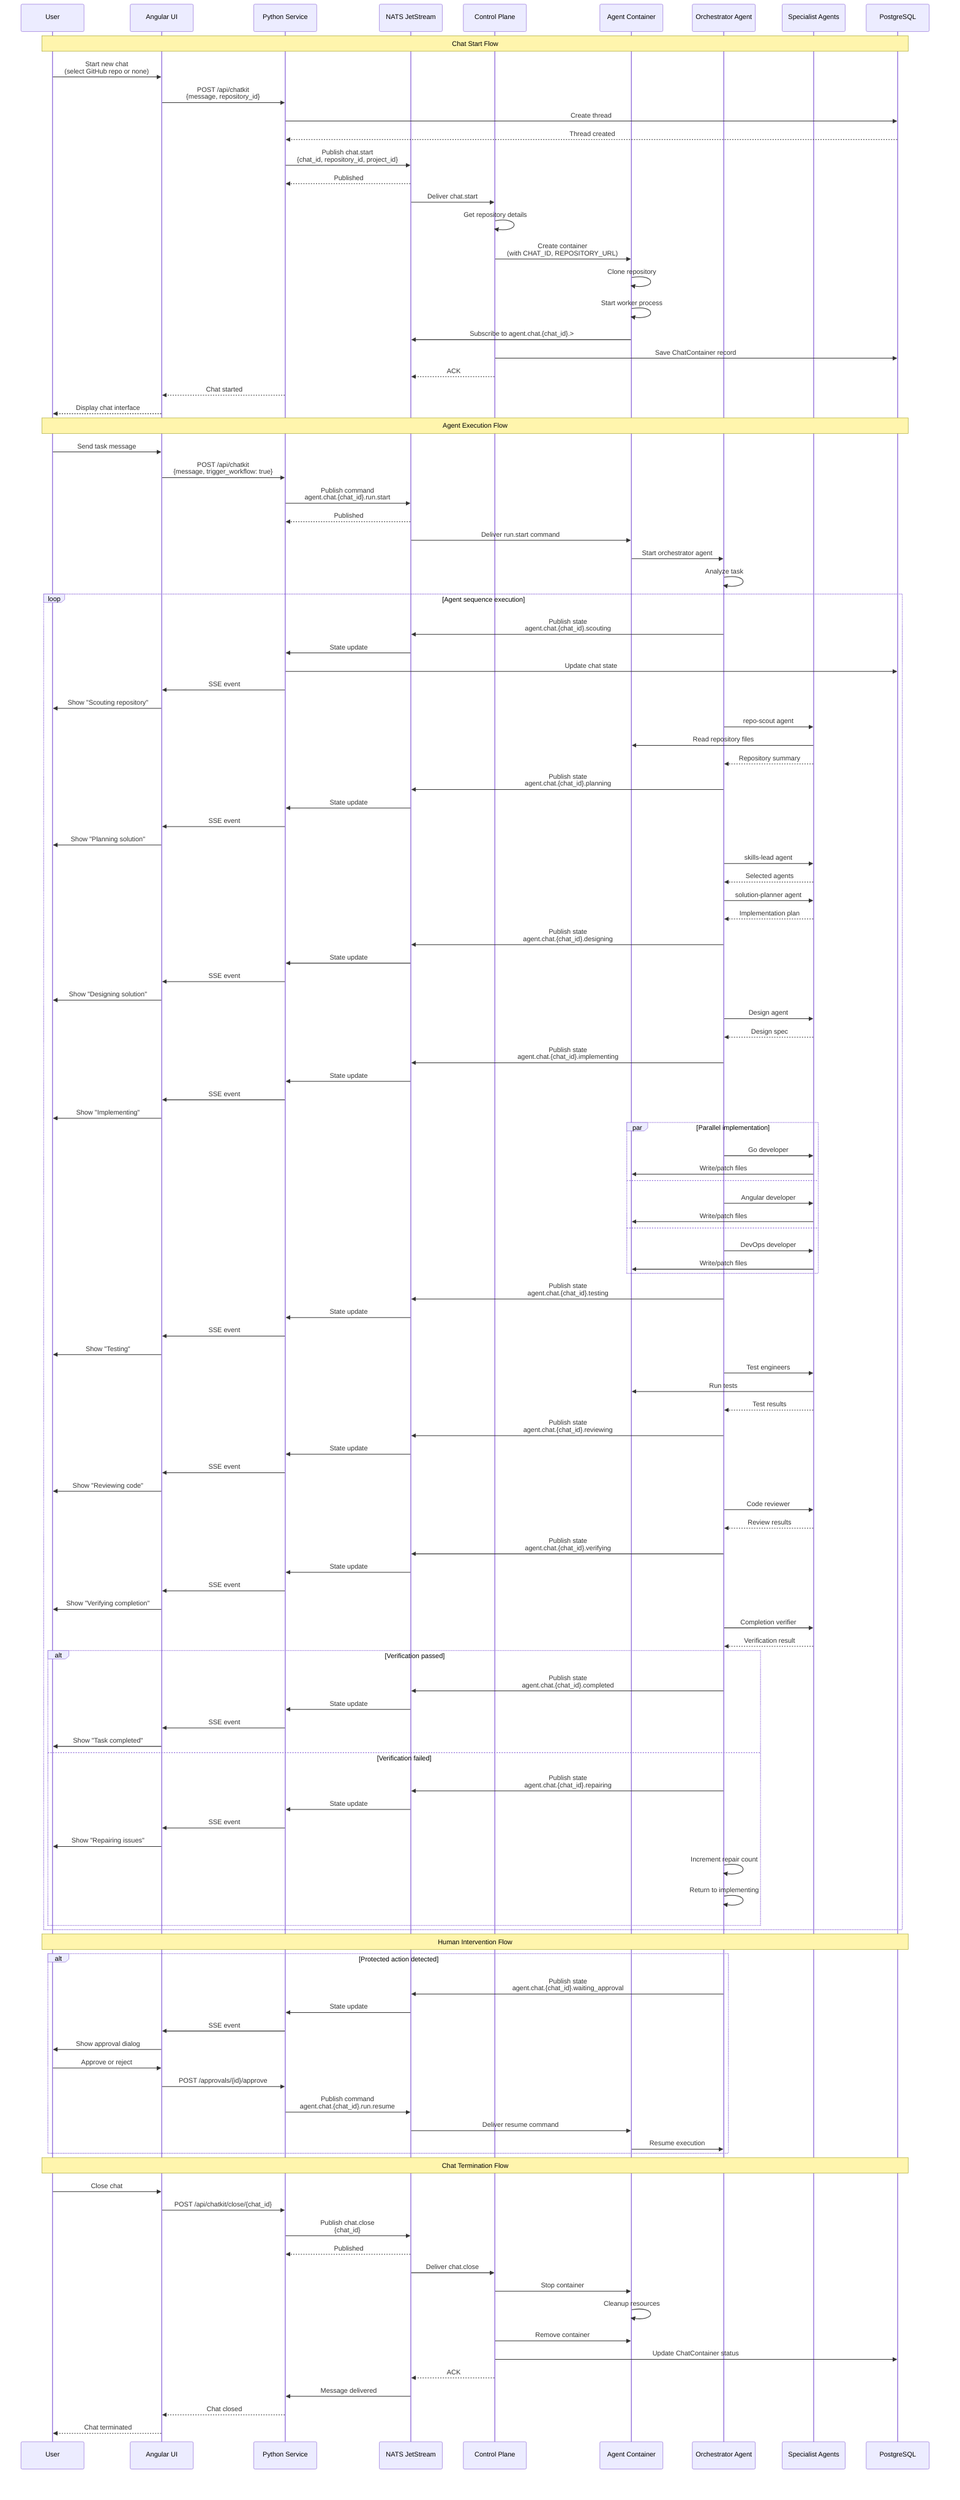
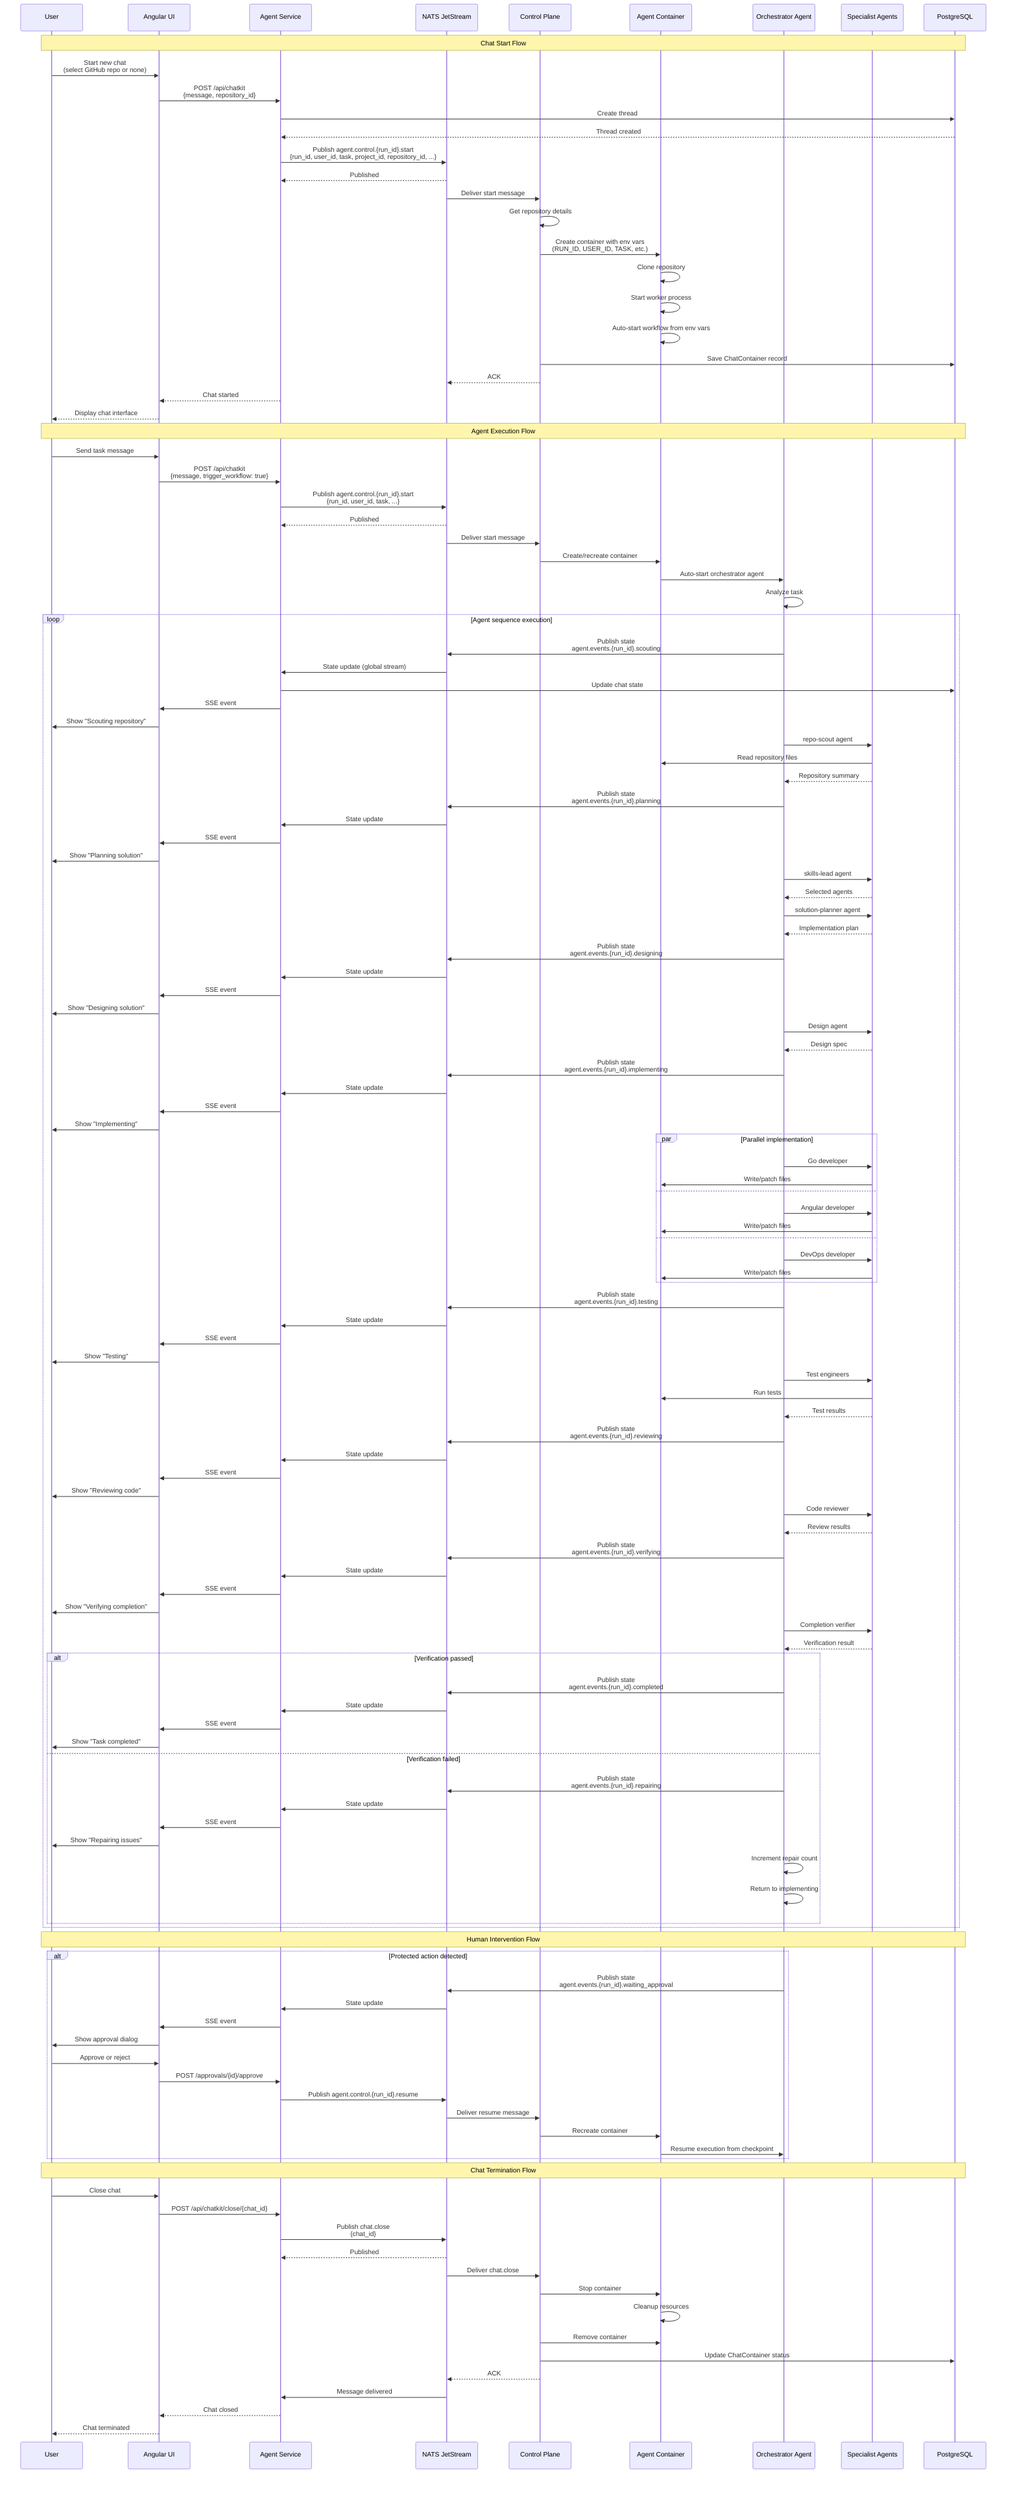
sequenceDiagram
    participant User
    participant WebUI as Angular UI
-     participant PythonService as Python Service
+     participant AgentService as Agent Service
    participant NATS as NATS JetStream
    participant ControlPlane as Control Plane
    participant Container as Agent Container
    participant Orchestrator as Orchestrator Agent
    participant Agents as Specialist Agents
    participant PostgreSQL as PostgreSQL

    Note over User,PostgreSQL: Chat Start Flow
    User->>WebUI: Start new chat<br/>(select GitHub repo or none)
-     WebUI->>PythonService: POST /api/chatkit<br/>{message, repository_id}
-     PythonService->>PostgreSQL: Create thread
-     PostgreSQL-->>PythonService: Thread created
+     WebUI->>AgentService: POST /api/chatkit<br/>{message, repository_id}
+     AgentService->>PostgreSQL: Create thread
+     PostgreSQL-->>AgentService: Thread created

-     PythonService->>NATS: Publish chat.start<br/>{chat_id, repository_id, project_id}
-     NATS-->>PythonService: Published
+     AgentService->>NATS: Publish agent.control.{run_id}.start<br/>{run_id, user_id, task, project_id, repository_id, ...}
+     NATS-->>AgentService: Published

-     NATS->>ControlPlane: Deliver chat.start
+     NATS->>ControlPlane: Deliver start message
    ControlPlane->>ControlPlane: Get repository details
-     ControlPlane->>Container: Create container<br/>(with CHAT_ID, REPOSITORY_URL)
+     ControlPlane->>Container: Create container with env vars<br/>(RUN_ID, USER_ID, TASK, etc.)
    Container->>Container: Clone repository
    Container->>Container: Start worker process
-     Container->>NATS: Subscribe to agent.chat.{chat_id}.>
+     Container->>Container: Auto-start workflow from env vars
    ControlPlane->>PostgreSQL: Save ChatContainer record
    ControlPlane-->>NATS: ACK

-     PythonService-->>WebUI: Chat started
+     AgentService-->>WebUI: Chat started
    WebUI-->>User: Display chat interface

    Note over User,PostgreSQL: Agent Execution Flow
    User->>WebUI: Send task message
-     WebUI->>PythonService: POST /api/chatkit<br/>{message, trigger_workflow: true}
-     PythonService->>NATS: Publish command<br/>agent.chat.{chat_id}.run.start
-     NATS-->>PythonService: Published
+     WebUI->>AgentService: POST /api/chatkit<br/>{message, trigger_workflow: true}
+     AgentService->>NATS: Publish agent.control.{run_id}.start<br/>{run_id, user_id, task, ...}
+     NATS-->>AgentService: Published

-     NATS->>Container: Deliver run.start command
-     Container->>Orchestrator: Start orchestrator agent
+     NATS->>ControlPlane: Deliver start message
+     ControlPlane->>Container: Create/recreate container
+     Container->>Orchestrator: Auto-start orchestrator agent
    Orchestrator->>Orchestrator: Analyze task

    loop Agent sequence execution
-         Orchestrator->>NATS: Publish state<br/>agent.chat.{chat_id}.scouting
-         NATS->>PythonService: State update
-         PythonService->>PostgreSQL: Update chat state
-         PythonService->>WebUI: SSE event
+         Orchestrator->>NATS: Publish state<br/>agent.events.{run_id}.scouting
+         NATS->>AgentService: State update (global stream)
+         AgentService->>PostgreSQL: Update chat state
+         AgentService->>WebUI: SSE event
        WebUI->>User: Show "Scouting repository"

        Orchestrator->>Agents: repo-scout agent
        Agents->>Container: Read repository files
        Agents-->>Orchestrator: Repository summary

-         Orchestrator->>NATS: Publish state<br/>agent.chat.{chat_id}.planning
-         NATS->>PythonService: State update
-         PythonService->>WebUI: SSE event
+         Orchestrator->>NATS: Publish state<br/>agent.events.{run_id}.planning
+         NATS->>AgentService: State update
+         AgentService->>WebUI: SSE event
        WebUI->>User: Show "Planning solution"

        Orchestrator->>Agents: skills-lead agent
        Agents-->>Orchestrator: Selected agents

        Orchestrator->>Agents: solution-planner agent
        Agents-->>Orchestrator: Implementation plan

-         Orchestrator->>NATS: Publish state<br/>agent.chat.{chat_id}.designing
-         NATS->>PythonService: State update
-         PythonService->>WebUI: SSE event
+         Orchestrator->>NATS: Publish state<br/>agent.events.{run_id}.designing
+         NATS->>AgentService: State update
+         AgentService->>WebUI: SSE event
        WebUI->>User: Show "Designing solution"

        Orchestrator->>Agents: Design agent
        Agents-->>Orchestrator: Design spec

-         Orchestrator->>NATS: Publish state<br/>agent.chat.{chat_id}.implementing
-         NATS->>PythonService: State update
-         PythonService->>WebUI: SSE event
+         Orchestrator->>NATS: Publish state<br/>agent.events.{run_id}.implementing
+         NATS->>AgentService: State update
+         AgentService->>WebUI: SSE event
        WebUI->>User: Show "Implementing"

        par Parallel implementation
            Orchestrator->>Agents: Go developer
            Agents->>Container: Write/patch files
        and
            Orchestrator->>Agents: Angular developer
            Agents->>Container: Write/patch files
        and
            Orchestrator->>Agents: DevOps developer
            Agents->>Container: Write/patch files
        end

-         Orchestrator->>NATS: Publish state<br/>agent.chat.{chat_id}.testing
-         NATS->>PythonService: State update
-         PythonService->>WebUI: SSE event
+         Orchestrator->>NATS: Publish state<br/>agent.events.{run_id}.testing
+         NATS->>AgentService: State update
+         AgentService->>WebUI: SSE event
        WebUI->>User: Show "Testing"

        Orchestrator->>Agents: Test engineers
        Agents->>Container: Run tests
        Agents-->>Orchestrator: Test results

-         Orchestrator->>NATS: Publish state<br/>agent.chat.{chat_id}.reviewing
-         NATS->>PythonService: State update
-         PythonService->>WebUI: SSE event
+         Orchestrator->>NATS: Publish state<br/>agent.events.{run_id}.reviewing
+         NATS->>AgentService: State update
+         AgentService->>WebUI: SSE event
        WebUI->>User: Show "Reviewing code"

        Orchestrator->>Agents: Code reviewer
        Agents-->>Orchestrator: Review results

-         Orchestrator->>NATS: Publish state<br/>agent.chat.{chat_id}.verifying
-         NATS->>PythonService: State update
-         PythonService->>WebUI: SSE event
+         Orchestrator->>NATS: Publish state<br/>agent.events.{run_id}.verifying
+         NATS->>AgentService: State update
+         AgentService->>WebUI: SSE event
        WebUI->>User: Show "Verifying completion"

        Orchestrator->>Agents: Completion verifier
        Agents-->>Orchestrator: Verification result

        alt Verification passed
-             Orchestrator->>NATS: Publish state<br/>agent.chat.{chat_id}.completed
-             NATS->>PythonService: State update
-             PythonService->>WebUI: SSE event
+             Orchestrator->>NATS: Publish state<br/>agent.events.{run_id}.completed
+             NATS->>AgentService: State update
+             AgentService->>WebUI: SSE event
            WebUI->>User: Show "Task completed"
        else Verification failed
-             Orchestrator->>NATS: Publish state<br/>agent.chat.{chat_id}.repairing
-             NATS->>PythonService: State update
-             PythonService->>WebUI: SSE event
+             Orchestrator->>NATS: Publish state<br/>agent.events.{run_id}.repairing
+             NATS->>AgentService: State update
+             AgentService->>WebUI: SSE event
            WebUI->>User: Show "Repairing issues"
            Orchestrator->>Orchestrator: Increment repair count
            Orchestrator->>Orchestrator: Return to implementing
        end
    end

    Note over User,PostgreSQL: Human Intervention Flow
    alt Protected action detected
-         Orchestrator->>NATS: Publish state<br/>agent.chat.{chat_id}.waiting_approval
-         NATS->>PythonService: State update
-         PythonService->>WebUI: SSE event
+         Orchestrator->>NATS: Publish state<br/>agent.events.{run_id}.waiting_approval
+         NATS->>AgentService: State update
+         AgentService->>WebUI: SSE event
        WebUI->>User: Show approval dialog

        User->>WebUI: Approve or reject
-         WebUI->>PythonService: POST /approvals/{id}/approve
-         PythonService->>NATS: Publish command<br/>agent.chat.{chat_id}.run.resume
-         NATS->>Container: Deliver resume command
-         Container->>Orchestrator: Resume execution
+         WebUI->>AgentService: POST /approvals/{id}/approve
+         AgentService->>NATS: Publish agent.control.{run_id}.resume
+         NATS->>ControlPlane: Deliver resume message
+         ControlPlane->>Container: Recreate container
+         Container->>Orchestrator: Resume execution from checkpoint
    end

    Note over User,PostgreSQL: Chat Termination Flow
    User->>WebUI: Close chat
-     WebUI->>PythonService: POST /api/chatkit/close/{chat_id}
-     PythonService->>NATS: Publish chat.close<br/>{chat_id}
-     NATS-->>PythonService: Published
+     WebUI->>AgentService: POST /api/chatkit/close/{chat_id}
+     AgentService->>NATS: Publish chat.close<br/>{chat_id}
+     NATS-->>AgentService: Published

    NATS->>ControlPlane: Deliver chat.close
    ControlPlane->>Container: Stop container
    Container->>Container: Cleanup resources
    ControlPlane->>Container: Remove container
    ControlPlane->>PostgreSQL: Update ChatContainer status
    ControlPlane-->>NATS: ACK

-     NATS->>PythonService: Message delivered
-     PythonService-->>WebUI: Chat closed
+     NATS->>AgentService: Message delivered
+     AgentService-->>WebUI: Chat closed
    WebUI-->>User: Chat terminated
